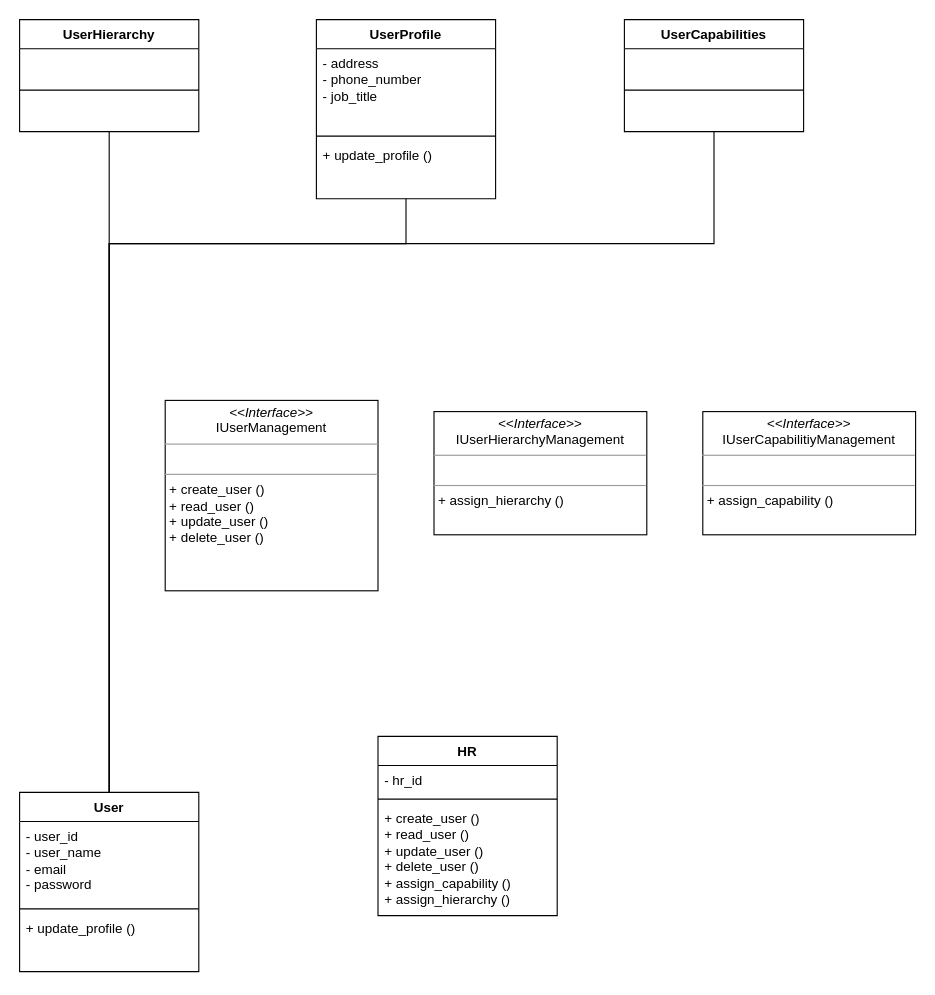
Earlier version of the draw.io diagram uml/user_profile_module.drawio (tornotron/echno_attendance). Source tidied: cells renumbered, new cells numbered last; positions are measured from the earlier drawing's top-left corner, leaving out a move shared by most shapes. Both pictures are drawn from the tidied source at 112%, with x=0, y=0 at pixel (19, 19).
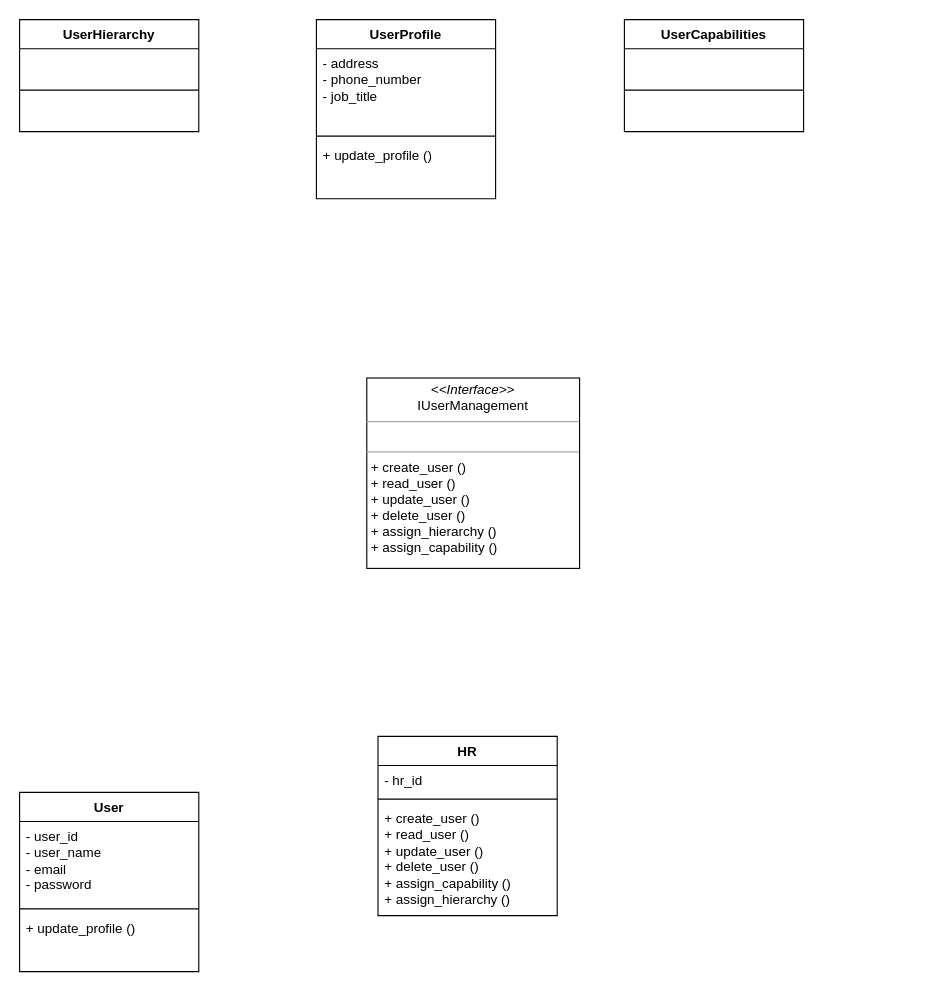
The same page after the edit.

Commit message:
Added userManagement interface

The change refers to these unchanged cells:
```xml
<mxCell id="2" value="User" style="swimlane;fontStyle=1;align=center;verticalAlign=top;horizontal=1;startSize=26;whiteSpace=wrap;html=1;" parent="1" vertex="1">
  <mxGeometry y="690" width="160" height="160" as="geometry" />
</mxCell>
<mxCell id="11" value="UserProfile" style="swimlane;fontStyle=1;align=center;verticalAlign=top;horizontal=1;startSize=26;whiteSpace=wrap;html=1;" parent="1" vertex="1">
  <mxGeometry x="265" width="160" height="160" as="geometry" />
</mxCell>
<mxCell id="16" value="UserCapabilities" style="swimlane;fontStyle=1;align=center;verticalAlign=top;horizontal=1;startSize=26;whiteSpace=wrap;html=1;" parent="1" vertex="1">
  <mxGeometry x="540" width="160" height="100" as="geometry" />
</mxCell>
<mxCell id="19" value="UserHierarchy" style="swimlane;fontStyle=1;align=center;verticalAlign=top;horizontal=1;startSize=26;whiteSpace=wrap;html=1;" parent="1" vertex="1">
  <mxGeometry width="160" height="100" as="geometry" />
</mxCell>
```

Change to the diagram source:
```diff
@@
-    <mxCell id="10" style="edgeStyle=orthogonalEdgeStyle;rounded=0;jettySize=auto;html=1;exitX=0.5;exitY=0;exitDx=0;exitDy=0;endArrow=none;endFill=0;" parent="1" edge="1" source="2" target="11">
-      <mxGeometry relative="1" as="geometry">
-        <Array as="points">
-          <mxPoint x="80" y="200" />
-          <mxPoint x="345" y="200" />
-        </Array>
-      </mxGeometry>
-    </mxCell>
@@
-    <mxCell id="15" style="edgeStyle=orthogonalEdgeStyle;rounded=0;jettySize=auto;html=1;exitX=0.5;exitY=0;exitDx=0;exitDy=0;endArrow=none;endFill=0;" parent="1" edge="1" source="2" target="16">
-      <mxGeometry relative="1" as="geometry">
-        <Array as="points">
-          <mxPoint x="80" y="200" />
-          <mxPoint x="620" y="200" />
-        </Array>
-      </mxGeometry>
-    </mxCell>
@@
-    <mxCell id="18" style="edgeStyle=orthogonalEdgeStyle;rounded=0;jettySize=auto;html=1;exitX=0.5;exitY=0;exitDx=0;exitDy=0;endArrow=none;endFill=0;" parent="1" edge="1" source="2" target="19">
-      <mxGeometry relative="1" as="geometry" />
-    </mxCell>
@@
-    <mxCell id="21" value="&lt;p style=&quot;margin:0px;margin-top:4px;text-align:center;&quot;&gt;&lt;i&gt;&amp;lt;&amp;lt;Interface&amp;gt;&amp;gt;&lt;/i&gt;&lt;br&gt;IUserManagement&lt;br&gt;&lt;/p&gt;&lt;hr size=&quot;1&quot;&gt;&lt;p style=&quot;margin:0px;margin-left:4px;&quot;&gt;&lt;br&gt;&lt;/p&gt;&lt;hr size=&quot;1&quot;&gt;&lt;p style=&quot;margin:0px;margin-left:4px;&quot;&gt;+ create_user ()&lt;/p&gt;&lt;p style=&quot;margin:0px;margin-left:4px;&quot;&gt;+ read_user ()&lt;/p&gt;&lt;p style=&quot;margin:0px;margin-left:4px;&quot;&gt;+ update_user ()&lt;/p&gt;&lt;p style=&quot;margin:0px;margin-left:4px;&quot;&gt;+ delete_user ()&lt;/p&gt;&lt;p style=&quot;margin:0px;margin-left:4px;&quot;&gt;&lt;br&gt;&lt;/p&gt;&lt;p style=&quot;margin:0px;margin-left:4px;&quot;&gt;&lt;br&gt;&lt;/p&gt;" style="verticalAlign=top;align=left;overflow=fill;fontSize=12;fontFamily=Helvetica;html=1;whiteSpace=wrap;" parent="1" vertex="1">
-      <mxGeometry x="130" y="340" width="190" height="170" as="geometry" />
+    <mxCell id="21" value="&lt;p style=&quot;margin:0px;margin-top:4px;text-align:center;&quot;&gt;&lt;i&gt;&amp;lt;&amp;lt;Interface&amp;gt;&amp;gt;&lt;/i&gt;&lt;br&gt;IUserManagement&lt;br&gt;&lt;/p&gt;&lt;hr size=&quot;1&quot;&gt;&lt;p style=&quot;margin:0px;margin-left:4px;&quot;&gt;&lt;br&gt;&lt;/p&gt;&lt;hr size=&quot;1&quot;&gt;&lt;p style=&quot;margin:0px;margin-left:4px;&quot;&gt;+ create_user ()&lt;/p&gt;&lt;p style=&quot;margin:0px;margin-left:4px;&quot;&gt;+ read_user ()&lt;/p&gt;&lt;p style=&quot;margin:0px;margin-left:4px;&quot;&gt;+ update_user ()&lt;/p&gt;&lt;p style=&quot;margin:0px;margin-left:4px;&quot;&gt;+ delete_user ()&lt;/p&gt;&lt;p style=&quot;margin:0px;margin-left:4px;&quot;&gt;+ assign_hierarchy ()&lt;br&gt;&lt;/p&gt;&lt;p style=&quot;margin:0px;margin-left:4px;&quot;&gt;+ assign_capability ()&lt;br&gt;&lt;/p&gt;&lt;p style=&quot;margin:0px;margin-left:4px;&quot;&gt;&lt;br&gt;&lt;/p&gt;&lt;p style=&quot;margin:0px;margin-left:4px;&quot;&gt;&lt;br&gt;&lt;/p&gt;" style="verticalAlign=top;align=left;overflow=fill;fontSize=12;fontFamily=Helvetica;html=1;whiteSpace=wrap;" parent="1" vertex="1">
+      <mxGeometry x="310" y="320" width="190" height="170" as="geometry" />
     </mxCell>
-    <mxCell id="22" value="&lt;p style=&quot;margin:0px;margin-top:4px;text-align:center;&quot;&gt;&lt;i&gt;&amp;lt;&amp;lt;Interface&amp;gt;&amp;gt;&lt;/i&gt;&lt;br&gt;IUserHierarchyManagement&lt;br&gt;&lt;/p&gt;&lt;hr size=&quot;1&quot;&gt;&lt;p style=&quot;margin:0px;margin-left:4px;&quot;&gt;&lt;br&gt;&lt;/p&gt;&lt;hr size=&quot;1&quot;&gt;&lt;p style=&quot;margin:0px;margin-left:4px;&quot;&gt;+ assign_hierarchy ()&lt;/p&gt;" style="verticalAlign=top;align=left;overflow=fill;fontSize=12;fontFamily=Helvetica;html=1;whiteSpace=wrap;" parent="1" vertex="1">
-      <mxGeometry x="370" y="350" width="190" height="110" as="geometry" />
-    </mxCell>
-    <mxCell id="23" value="&lt;p style=&quot;margin:0px;margin-top:4px;text-align:center;&quot;&gt;&lt;i&gt;&amp;lt;&amp;lt;Interface&amp;gt;&amp;gt;&lt;/i&gt;&lt;br&gt;IUserCapabilitiyManagement&lt;br&gt;&lt;/p&gt;&lt;hr size=&quot;1&quot;&gt;&lt;p style=&quot;margin:0px;margin-left:4px;&quot;&gt;&lt;br&gt;&lt;/p&gt;&lt;hr size=&quot;1&quot;&gt;&lt;p style=&quot;margin:0px;margin-left:4px;&quot;&gt;+ assign_capability ()&lt;/p&gt;" style="verticalAlign=top;align=left;overflow=fill;fontSize=12;fontFamily=Helvetica;html=1;whiteSpace=wrap;" parent="1" vertex="1">
-      <mxGeometry x="610" y="350" width="190" height="110" as="geometry" />
-    </mxCell>
```
